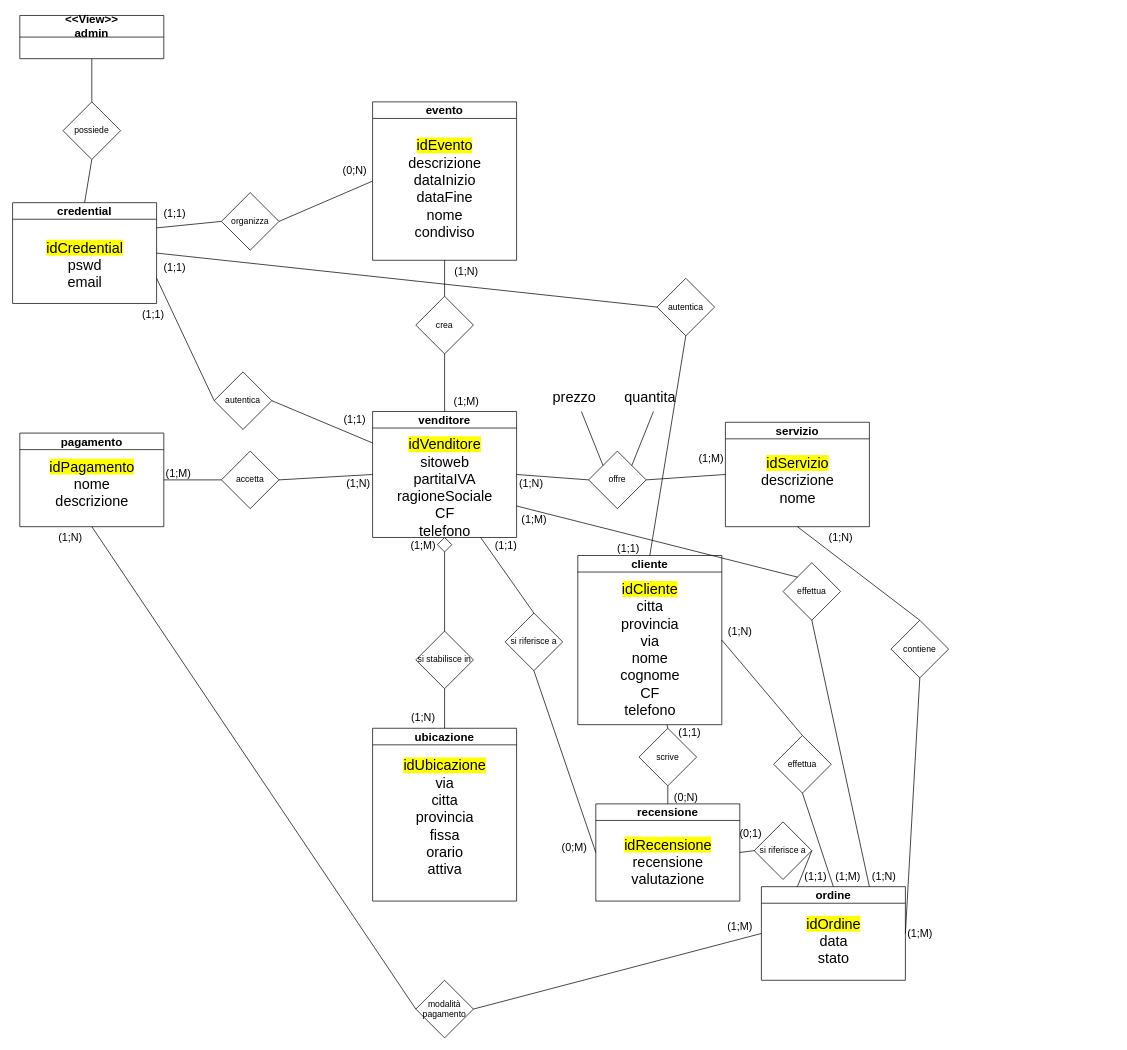
Before: doc_analisi/SCHEMA_KM-0.drawio in SuperMauro1966/Km-0, a draw.io diagram. Source tidied: cells renumbered, new cells numbered last; positions are measured from the earlier drawing's top-left corner, leaving out a move shared by most shapes. Both pictures are drawn from the tidied source at 72%, with x=0, y=0 at pixel (12, 15).
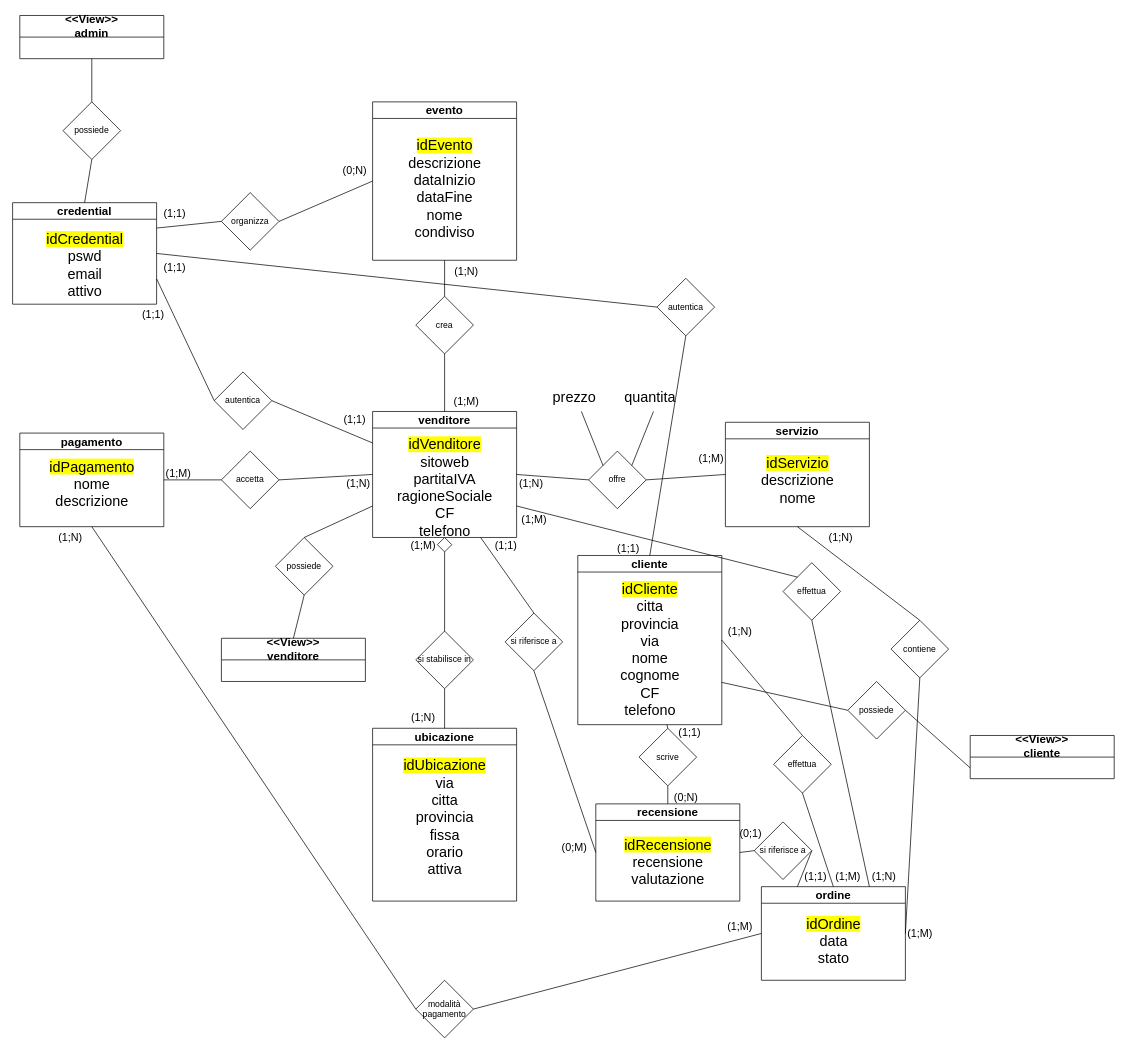
After the change.

Commit message (it also covers changes not shown here):
ripristino e aggiunta del campo attivo nel diagramma logico, stringa di eliminazione della tabella tbcredential messa sotto commento in popolamento_test_db.sql, creazione della cartella src

Unchanged cells that the change refers to:
```xml
<mxCell id="4" value="&lt;font style=&quot;font-size: 16px;&quot;&gt;venditore&lt;/font&gt;" style="swimlane;whiteSpace=wrap;html=1;" parent="1" vertex="1">
  <mxGeometry x="500" y="550" width="200" height="175" as="geometry" />
</mxCell>
<mxCell id="37" value="&lt;font style=&quot;font-size: 16px;&quot;&gt;cliente&lt;/font&gt;" style="swimlane;whiteSpace=wrap;html=1;" parent="1" vertex="1">
  <mxGeometry x="785" y="750" width="200" height="235" as="geometry" />
</mxCell>
```

What changed in the source:
```diff
@@
     <mxCell id="50" value="&lt;font style=&quot;font-size: 16px;&quot;&gt;credential&lt;/font&gt;" style="swimlane;whiteSpace=wrap;html=1;" parent="1" vertex="1">
-      <mxGeometry y="260" width="200" height="140" as="geometry" />
+      <mxGeometry y="260" width="200" height="141" as="geometry" />
     </mxCell>
-    <mxCell id="51" value="&lt;div style=&quot;font-size: 20px;&quot;&gt;&lt;span style=&quot;background-color: rgb(255, 255, 0);&quot;&gt;&lt;font style=&quot;font-size: 20px;&quot;&gt;idCredential&lt;/font&gt;&lt;/span&gt;&lt;/div&gt;&lt;font style=&quot;font-size: 20px;&quot;&gt;pswd&lt;/font&gt;&lt;div style=&quot;font-size: 20px;&quot;&gt;email&lt;/div&gt;" style="text;html=1;align=center;verticalAlign=middle;strokeColor=none;fillColor=none;" parent="50" vertex="1">
-      <mxGeometry x="35" y="41" width="130" height="90" as="geometry" />
+    <mxCell id="51" value="&lt;div style=&quot;font-size: 20px;&quot;&gt;&lt;span style=&quot;background-color: rgb(255, 255, 0);&quot;&gt;&lt;font style=&quot;font-size: 20px;&quot;&gt;idCredential&lt;/font&gt;&lt;/span&gt;&lt;/div&gt;&lt;font style=&quot;font-size: 20px;&quot;&gt;pswd&lt;/font&gt;&lt;div style=&quot;font-size: 20px;&quot;&gt;email&lt;/div&gt;&lt;div style=&quot;font-size: 20px;&quot;&gt;attivo&lt;/div&gt;" style="text;html=1;align=center;verticalAlign=middle;strokeColor=none;fillColor=none;" parent="50" vertex="1">
+      <mxGeometry x="35" y="31" width="130" height="110" as="geometry" />
     </mxCell>
@@
+    <mxCell id="99" value="&lt;font style=&quot;font-size: 16px;&quot;&gt;&amp;lt;&amp;lt;View&amp;gt;&amp;gt;&lt;/font&gt;&lt;div style=&quot;font-size: 16px;&quot;&gt;venditore&lt;/div&gt;" style="swimlane;whiteSpace=wrap;html=1;startSize=30;" parent="1" vertex="1">
+      <mxGeometry x="290" y="865" width="200" height="60" as="geometry" />
+    </mxCell>
+    <mxCell id="100" value="possiede" style="rhombus;whiteSpace=wrap;html=1;" parent="1" vertex="1">
+      <mxGeometry x="365" y="725" width="80" height="80" as="geometry" />
+    </mxCell>
+    <mxCell id="101" style="endArrow=none;html=1;rounded=0;entryX=0.5;entryY=1;entryDx=0;entryDy=0;exitX=0.5;exitY=0;exitDx=0;exitDy=0;" parent="1" edge="1" source="99" target="100">
+      <mxGeometry relative="1" as="geometry" />
+    </mxCell>
+    <mxCell id="102" style="endArrow=none;html=1;rounded=0;exitX=0.5;exitY=0;exitDx=0;exitDy=0;entryX=0;entryY=0.75;entryDx=0;entryDy=0;" parent="1" edge="1" source="100" target="4">
+      <mxGeometry relative="1" as="geometry" />
+    </mxCell>
+    <mxCell id="103" value="&lt;font style=&quot;font-size: 16px;&quot;&gt;&amp;lt;&amp;lt;View&amp;gt;&amp;gt;&lt;/font&gt;&lt;div style=&quot;font-size: 16px;&quot;&gt;&lt;font style=&quot;font-size: 16px;&quot;&gt;cliente&lt;/font&gt;&lt;/div&gt;" style="swimlane;whiteSpace=wrap;html=1;startSize=30;" parent="1" vertex="1">
+      <mxGeometry x="1330" y="1000" width="200" height="60" as="geometry" />
+    </mxCell>
+    <mxCell id="104" value="possiede" style="rhombus;whiteSpace=wrap;html=1;" parent="1" vertex="1">
+      <mxGeometry x="1160" y="925" width="80" height="80" as="geometry" />
+    </mxCell>
+    <mxCell id="105" style="endArrow=none;html=1;rounded=0;exitX=1;exitY=0.5;exitDx=0;exitDy=0;entryX=0;entryY=0.75;entryDx=0;entryDy=0;" parent="1" edge="1" source="104" target="103">
+      <mxGeometry relative="1" as="geometry" />
+    </mxCell>
+    <mxCell id="106" style="endArrow=none;html=1;rounded=0;entryX=0;entryY=0.5;entryDx=0;entryDy=0;exitX=1;exitY=0.75;exitDx=0;exitDy=0;" parent="1" edge="1" source="37" target="104">
+      <mxGeometry relative="1" as="geometry" />
+    </mxCell>
```
